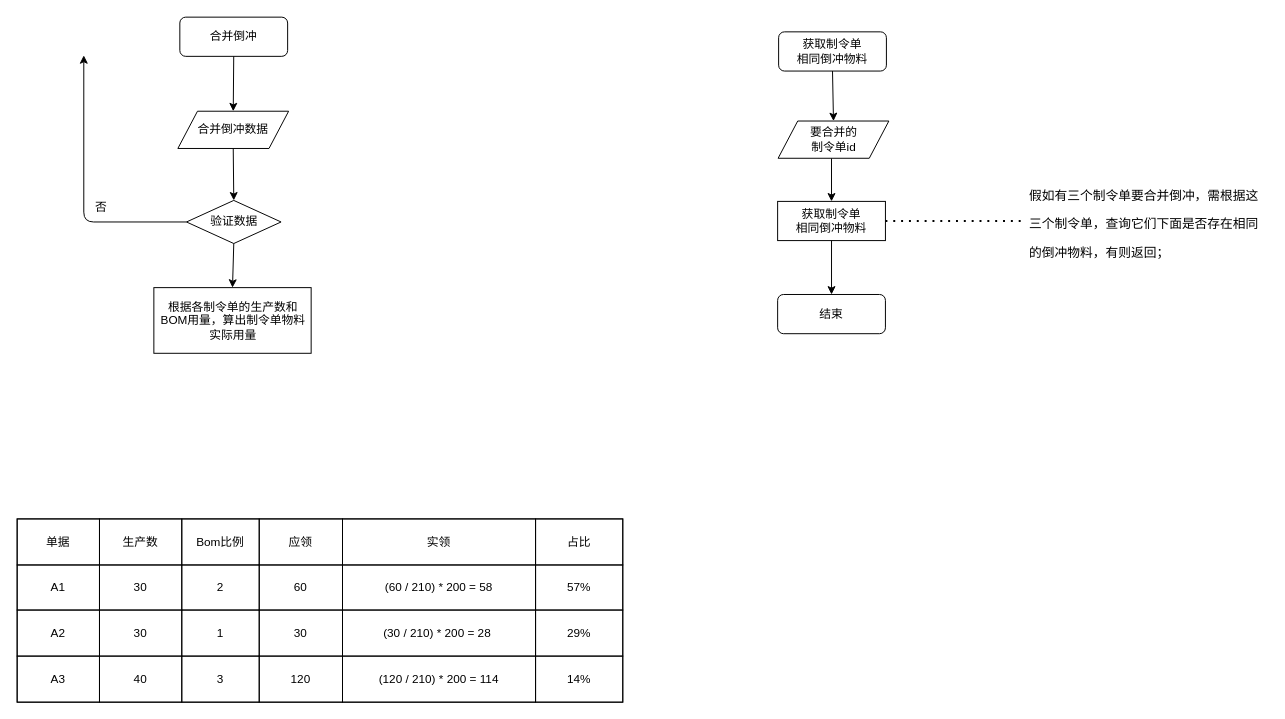
Earlier version of the draw.io diagram page "制令单合并倒冲" (3 of 3) of 青岛协创.drawio (KNAI-I/test). Source tidied: cells renumbered, new cells numbered last; positions are measured from the earlier drawing's top-left corner, leaving out a move shared by most shapes. Both pictures are drawn from the tidied source at 98%, with x=0, y=0 at pixel (17, 17).
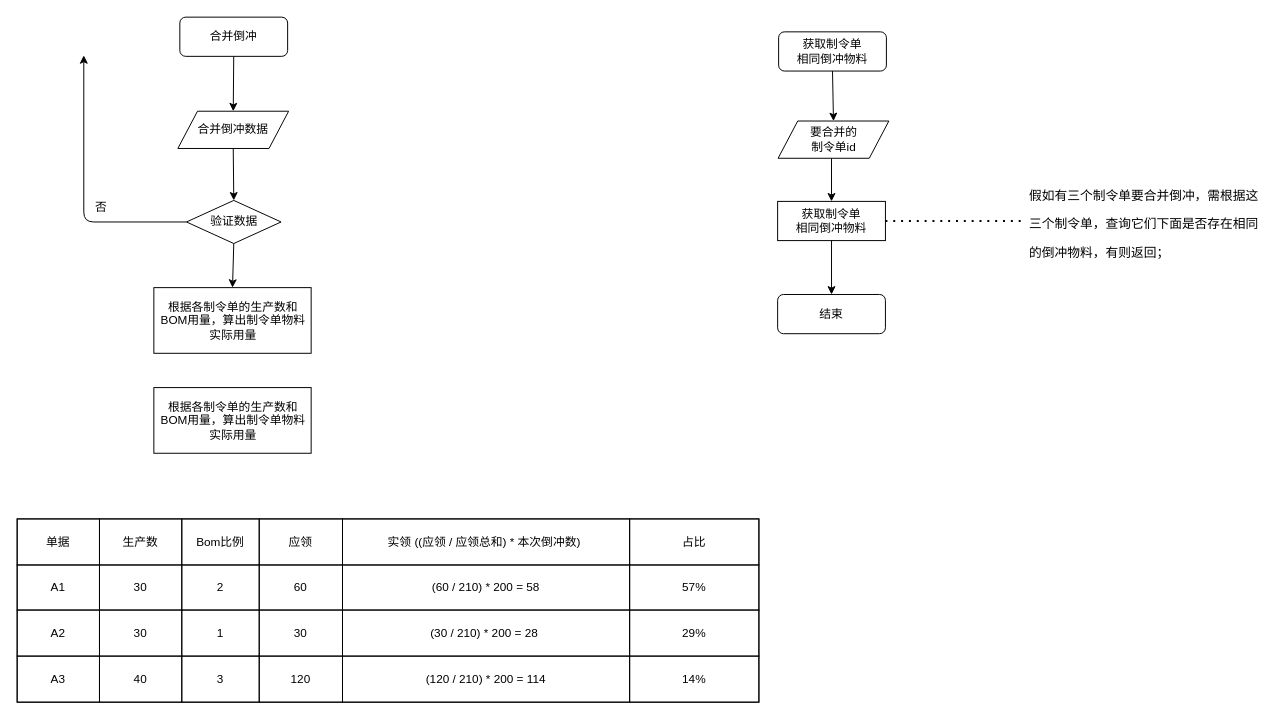
The same page after the edit.

Commit message (it also covers changes not shown here):
更新青岛协创.drawio

The edit, as a diff of the source:
```diff
@@
     <mxCell id="20" style="childLayout=tableLayout;shadow=0;fillColor=none;" parent="1" vertex="1">
-      <mxGeometry y="512" width="618" height="187" as="geometry" />
+      <mxGeometry y="512" width="756.8" height="187" as="geometry" />
     </mxCell>
     <mxCell id="21" style="shape=tableRow;horizontal=0;startSize=0;swimlaneHead=0;swimlaneBody=0;top=0;left=0;bottom=0;right=0;fontStyle=0;fillColor=none;strokeColor=inherit;" parent="20" vertex="1">
-      <mxGeometry width="618" height="47" as="geometry" />
+      <mxGeometry width="756.8" height="47" as="geometry" />
     </mxCell>
@@
-    <mxCell id="26" value="实领" style="strokeColor=inherit;fillColor=none;align=center;whiteSpace=wrap;html=1;" parent="21" vertex="1">
-      <mxGeometry x="332" width="197" height="47" as="geometry" />
+    <mxCell id="26" value="实领 ((应领 / 应领总和) * 本次倒冲数)&amp;nbsp;" style="strokeColor=inherit;fillColor=none;align=center;whiteSpace=wrap;html=1;" parent="21" vertex="1">
+      <mxGeometry x="332" width="293" height="47" as="geometry" />
     </mxCell>
     <mxCell id="27" value="占比" style="strokeColor=inherit;fillColor=none;align=center;whiteSpace=wrap;html=1;" parent="21" vertex="1">
-      <mxGeometry x="529" width="89" height="47" as="geometry" />
+      <mxGeometry x="625" width="132" height="47" as="geometry" />
     </mxCell>
     <mxCell id="28" style="shape=tableRow;horizontal=0;startSize=0;swimlaneHead=0;swimlaneBody=0;top=0;left=0;bottom=0;right=0;fontStyle=0;fillColor=none;strokeColor=inherit;" parent="20" vertex="1">
-      <mxGeometry y="47" width="618" height="46" as="geometry" />
+      <mxGeometry y="47" width="756.8" height="46" as="geometry" />
     </mxCell>
@@
     <mxCell id="33" value="(60 / 210) * 200 = 58" style="strokeColor=inherit;fillColor=none;align=center;whiteSpace=wrap;html=1;" parent="28" vertex="1">
-      <mxGeometry x="332" width="197" height="46" as="geometry" />
+      <mxGeometry x="332" width="293" height="46" as="geometry" />
     </mxCell>
     <mxCell id="34" value="57%" style="strokeColor=inherit;fillColor=none;align=center;whiteSpace=wrap;html=1;" parent="28" vertex="1">
-      <mxGeometry x="529" width="89" height="46" as="geometry" />
+      <mxGeometry x="625" width="132" height="46" as="geometry" />
     </mxCell>
     <mxCell id="35" style="shape=tableRow;horizontal=0;startSize=0;swimlaneHead=0;swimlaneBody=0;top=0;left=0;bottom=0;right=0;fontStyle=0;fillColor=none;strokeColor=inherit;" parent="20" vertex="1">
-      <mxGeometry y="93" width="618" height="47" as="geometry" />
+      <mxGeometry y="93" width="756.8" height="47" as="geometry" />
     </mxCell>
@@
     <mxCell id="40" value="(30 / 210) * 200 = 28&amp;nbsp;" style="strokeColor=inherit;fillColor=none;align=center;whiteSpace=wrap;html=1;" parent="35" vertex="1">
-      <mxGeometry x="332" width="197" height="47" as="geometry" />
+      <mxGeometry x="332" width="293" height="47" as="geometry" />
     </mxCell>
     <mxCell id="41" value="29%" style="strokeColor=inherit;fillColor=none;align=center;whiteSpace=wrap;html=1;" parent="35" vertex="1">
-      <mxGeometry x="529" width="89" height="47" as="geometry" />
+      <mxGeometry x="625" width="132" height="47" as="geometry" />
     </mxCell>
     <mxCell id="42" style="shape=tableRow;horizontal=0;startSize=0;swimlaneHead=0;swimlaneBody=0;top=0;left=0;bottom=0;right=0;fontStyle=0;fillColor=none;strokeColor=inherit;" parent="20" vertex="1">
-      <mxGeometry y="140" width="618" height="47" as="geometry" />
+      <mxGeometry y="140" width="756.8" height="47" as="geometry" />
     </mxCell>
@@
     <mxCell id="47" value="(120 / 210) * 200 = 114" style="strokeColor=inherit;fillColor=none;align=center;whiteSpace=wrap;html=1;" parent="42" vertex="1">
-      <mxGeometry x="332" width="197" height="47" as="geometry" />
+      <mxGeometry x="332" width="293" height="47" as="geometry" />
     </mxCell>
     <mxCell id="48" value="14%" style="strokeColor=inherit;fillColor=none;align=center;whiteSpace=wrap;html=1;" parent="42" vertex="1">
-      <mxGeometry x="529" width="89" height="47" as="geometry" />
+      <mxGeometry x="625" width="132" height="47" as="geometry" />
     </mxCell>
+    <mxCell id="49" value="根据各制令单的生产数和BOM用量，算出制令单物料实际用量" style="rounded=0;whiteSpace=wrap;html=1;" parent="1" vertex="1">
+      <mxGeometry x="139.5" y="378" width="160.5" height="67" as="geometry" />
+    </mxCell>
```
